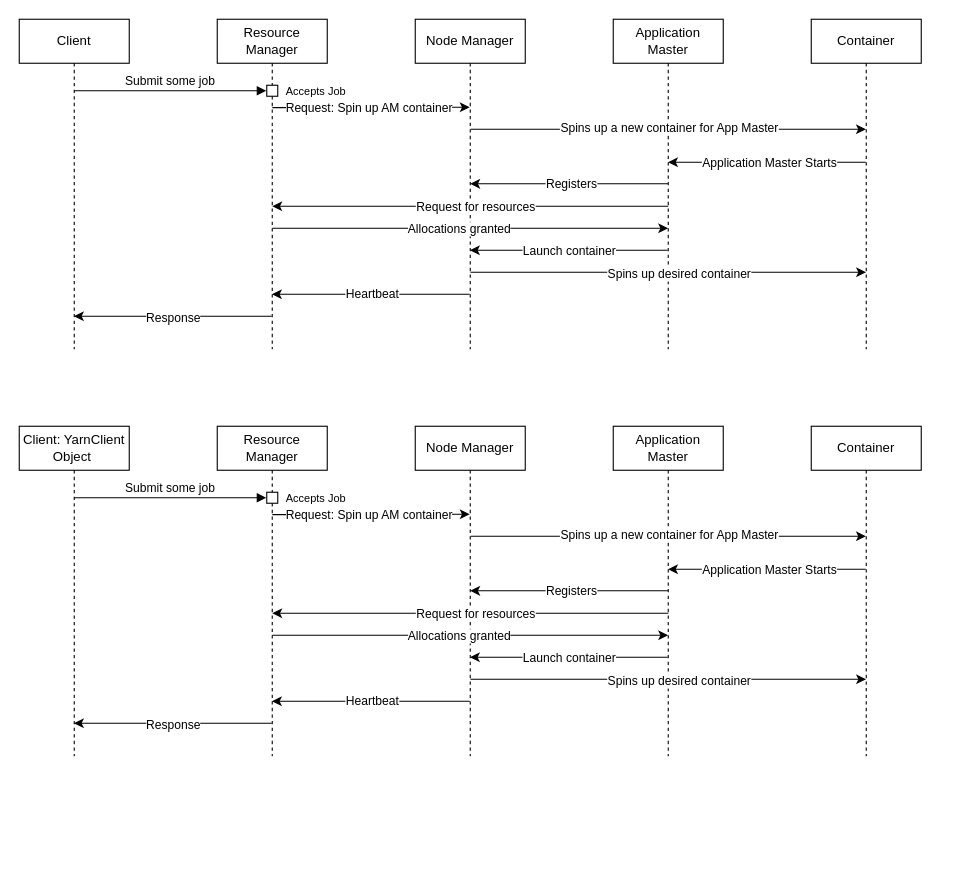
Above: YARNHighSequence.drawio in Amir-kar/EECS4314-GroupD (draw.io), before the change. Source tidied: cells renumbered, new cells numbered last; positions are measured from the earlier drawing's top-left corner, leaving out a move shared by most shapes. Both pictures are drawn from the tidied source at 110%, with x=0, y=0 at pixel (19, 19).
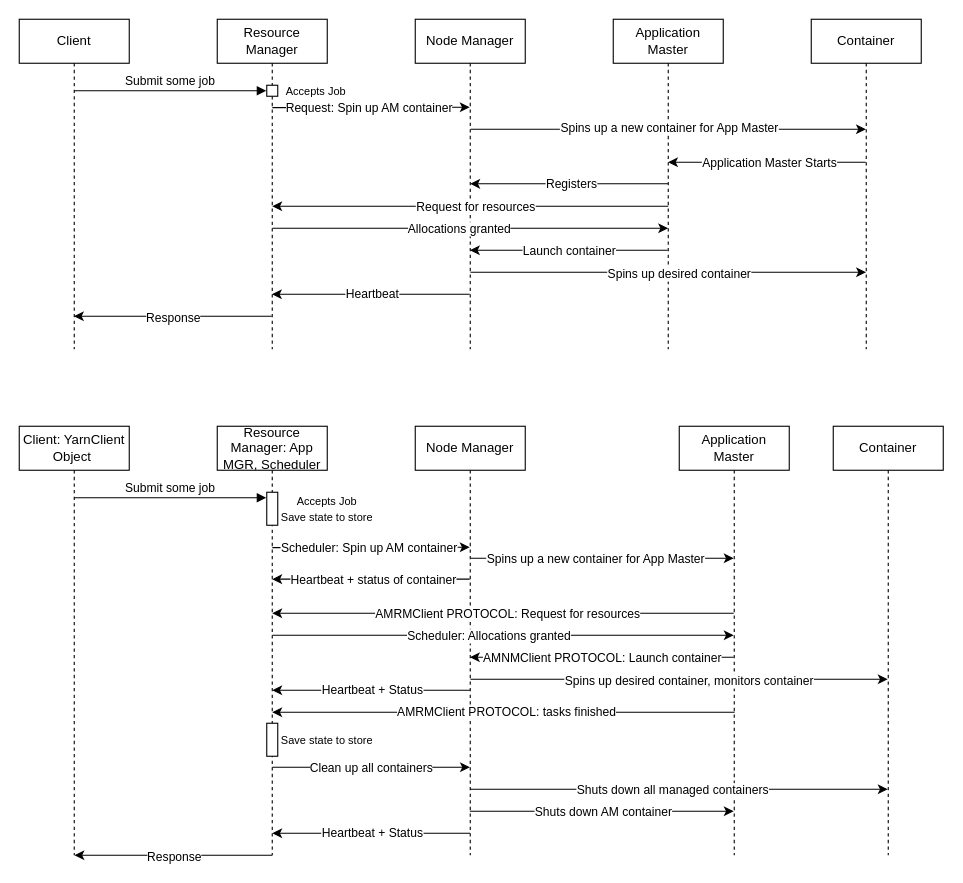
Above is the later version.

Commit message:
Final Flow diagram

The edit, as a diff of the source:
```diff
@@
     <mxCell id="30" value="Client: YarnClient Object&amp;nbsp;" style="shape=umlLifeline;perimeter=lifelinePerimeter;whiteSpace=wrap;html=1;newEdgeStyle={&quot;edgeStyle&quot;:&quot;elbowEdgeStyle&quot;,&quot;elbow&quot;:&quot;vertical&quot;,&quot;curved&quot;:0,&quot;rounded&quot;:0};" parent="1" vertex="1">
-      <mxGeometry y="370" width="100" height="300" as="geometry" />
+      <mxGeometry y="370" width="100" height="390" as="geometry" />
     </mxCell>
     <mxCell id="31" style="edgeStyle=elbowEdgeStyle;rounded=0;orthogonalLoop=1;jettySize=auto;html=1;elbow=vertical;curved=0;" parent="1" edge="1">
       <mxGeometry relative="1" as="geometry">
-        <mxPoint x="230.1" y="450.3" as="sourcePoint" />
-        <mxPoint x="409.5" y="450.3" as="targetPoint" />
+        <mxPoint x="230.1" y="480.3" as="sourcePoint" />
+        <mxPoint x="409.5" y="480.3" as="targetPoint" />
       </mxGeometry>
     </mxCell>
-    <mxCell id="32" value="Request: Spin up AM container" style="edgeLabel;html=1;align=center;verticalAlign=middle;" parent="31" vertex="1">
+    <mxCell id="32" value="Scheduler: Spin up AM container" style="edgeLabel;html=1;align=center;verticalAlign=middle;" parent="31" vertex="1">
       <mxGeometry x="-0.02" y="3" relative="1" as="geometry">
         <mxPoint y="3" as="offset" />
       </mxGeometry>
     </mxCell>
-    <mxCell id="33" value="Resource Manager" style="shape=umlLifeline;perimeter=lifelinePerimeter;whiteSpace=wrap;html=1;newEdgeStyle={&quot;edgeStyle&quot;:&quot;elbowEdgeStyle&quot;,&quot;elbow&quot;:&quot;vertical&quot;,&quot;curved&quot;:0,&quot;rounded&quot;:0};" parent="1" vertex="1">
-      <mxGeometry x="180" y="370" width="100" height="300" as="geometry" />
+    <mxCell id="33" value="Resource Manager: App MGR, Scheduler" style="shape=umlLifeline;perimeter=lifelinePerimeter;whiteSpace=wrap;html=1;newEdgeStyle={&quot;edgeStyle&quot;:&quot;elbowEdgeStyle&quot;,&quot;elbow&quot;:&quot;vertical&quot;,&quot;curved&quot;:0,&quot;rounded&quot;:0};" parent="1" vertex="1">
+      <mxGeometry x="180" y="370" width="100" height="390" as="geometry" />
     </mxCell>
     <mxCell id="34" style="html=1;perimeter=orthogonalPerimeter;targetShapes=umlLifeline;newEdgeStyle={&quot;edgeStyle&quot;:&quot;elbowEdgeStyle&quot;,&quot;elbow&quot;:&quot;vertical&quot;,&quot;curved&quot;:0,&quot;rounded&quot;:0};" parent="33" vertex="1">
-      <mxGeometry x="45" y="60" width="10" height="10" as="geometry" />
+      <mxGeometry x="45" y="60" width="10" height="30" as="geometry" />
     </mxCell>
+    <mxCell id="58" style="html=1;perimeter=orthogonalPerimeter;targetShapes=umlLifeline;newEdgeStyle={&quot;edgeStyle&quot;:&quot;elbowEdgeStyle&quot;,&quot;elbow&quot;:&quot;vertical&quot;,&quot;curved&quot;:0,&quot;rounded&quot;:0};" parent="33" vertex="1">
+      <mxGeometry x="45" y="270" width="10" height="30" as="geometry" />
+    </mxCell>
     <mxCell id="35" value="Node Manager" style="shape=umlLifeline;perimeter=lifelinePerimeter;whiteSpace=wrap;html=1;outlineConnect=0;portConstraint=eastwest;newEdgeStyle={&quot;edgeStyle&quot;:&quot;elbowEdgeStyle&quot;,&quot;elbow&quot;:&quot;vertical&quot;,&quot;curved&quot;:0,&quot;rounded&quot;:0};" parent="1" vertex="1">
-      <mxGeometry x="360" y="370" width="100" height="300" as="geometry" />
+      <mxGeometry x="360" y="370" width="100" height="390" as="geometry" />
     </mxCell>
     <mxCell id="36" value="Application Master" style="shape=umlLifeline;perimeter=lifelinePerimeter;whiteSpace=wrap;html=1;outlineConnect=0;portConstraint=eastwest;newEdgeStyle={&quot;edgeStyle&quot;:&quot;elbowEdgeStyle&quot;,&quot;elbow&quot;:&quot;vertical&quot;,&quot;curved&quot;:0,&quot;rounded&quot;:0};" parent="1" vertex="1">
-      <mxGeometry x="540" y="370" width="100" height="300" as="geometry" />
+      <mxGeometry x="600" y="370" width="100" height="390" as="geometry" />
     </mxCell>
     <mxCell id="37" value="Container" style="shape=umlLifeline;perimeter=lifelinePerimeter;whiteSpace=wrap;html=1;outlineConnect=0;portConstraint=eastwest;newEdgeStyle={&quot;edgeStyle&quot;:&quot;elbowEdgeStyle&quot;,&quot;elbow&quot;:&quot;vertical&quot;,&quot;curved&quot;:0,&quot;rounded&quot;:0};" parent="1" vertex="1">
-      <mxGeometry x="720" y="370" width="100" height="300" as="geometry" />
+      <mxGeometry x="740" y="370" width="100" height="390" as="geometry" />
     </mxCell>
-    <mxCell id="38" style="edgeStyle=elbowEdgeStyle;rounded=0;orthogonalLoop=1;jettySize=auto;html=1;elbow=vertical;curved=0;" parent="1" edge="1">
+    <mxCell id="38" style="edgeStyle=elbowEdgeStyle;rounded=0;jettySize=auto;html=1;elbow=vertical;curved=0;" parent="1" edge="1" target="36">
       <mxGeometry relative="1" as="geometry">
-        <mxPoint x="410.3" y="470" as="sourcePoint" />
-        <mxPoint x="769.7" y="470" as="targetPoint" />
+        <mxPoint x="410.3" y="490" as="sourcePoint" />
       </mxGeometry>
     </mxCell>
     <mxCell id="39" value="Spins up a new container for App Master" style="edgeLabel;html=1;align=center;verticalAlign=middle;" parent="38" vertex="1">
       <mxGeometry x="-0.12" y="2" relative="1" as="geometry">
-        <mxPoint x="22" as="offset" />
+        <mxPoint x="8" y="2" as="offset" />
       </mxGeometry>
     </mxCell>
@@
-    <mxCell id="41" value="&lt;font style=&quot;font-size: 10px;&quot;&gt;Accepts Job&lt;/font&gt;" style="text;html=1;align=center;verticalAlign=middle;whiteSpace=wrap;rounded=0;" parent="1" vertex="1">
-      <mxGeometry x="240" y="420" width="60" height="30" as="geometry" />
+    <mxCell id="41" value="&lt;font style=&quot;font-size: 10px;&quot;&gt;Accepts Job&lt;/font&gt;&lt;div&gt;&lt;font style=&quot;font-size: 10px;&quot;&gt;Save state to store&lt;/font&gt;&lt;/div&gt;" style="text;html=1;align=center;verticalAlign=middle;whiteSpace=wrap;rounded=0;" parent="1" vertex="1">
+      <mxGeometry x="230" y="430" width="100" height="30" as="geometry" />
     </mxCell>
-    <mxCell id="42" style="endArrow=classic;html=1;rounded=0;" parent="1" edge="1">
-      <mxGeometry relative="1" as="geometry">
-        <mxPoint x="769.5" y="500" as="sourcePoint" />
-        <mxPoint x="589.8" y="500" as="targetPoint" />
-      </mxGeometry>
-    </mxCell>
-    <mxCell id="43" value="Application Master Starts" style="edgeLabel;html=1;align=center;verticalAlign=middle;" parent="42" vertex="1">
-      <mxGeometry x="-0.02" relative="1" as="geometry" />
-    </mxCell>
-    <mxCell id="44" style="endArrow=classic;html=1;rounded=0;" parent="1" edge="1">
+    <mxCell id="44" style="endArrow=classic;html=1;rounded=0;" parent="1" edge="1" source="36">
       <mxGeometry relative="1" as="geometry">
-        <mxPoint x="590" y="540" as="sourcePoint" />
         <mxPoint x="230" y="540" as="targetPoint" />
         <Array as="points">
           <mxPoint x="500.3" y="540" />
         </Array>
       </mxGeometry>
     </mxCell>
-    <mxCell id="45" value="Request for resources" style="edgeLabel;html=1;align=center;verticalAlign=middle;" parent="44" vertex="1">
+    <mxCell id="45" value="AMRMClient PROTOCOL: Request for resources" style="edgeLabel;html=1;align=center;verticalAlign=middle;" parent="44" vertex="1">
       <mxGeometry x="-0.02" relative="1" as="geometry" />
     </mxCell>
-    <mxCell id="46" style="endArrow=classic;html=1;rounded=0;" parent="1" edge="1">
+    <mxCell id="46" style="endArrow=classic;html=1;rounded=0;" parent="1" edge="1" source="35">
       <mxGeometry relative="1" as="geometry">
-        <mxPoint x="589.7" y="519.6" as="sourcePoint" />
-        <mxPoint x="410" y="519.6" as="targetPoint" />
+        <mxPoint x="230" y="509" as="targetPoint" />
       </mxGeometry>
     </mxCell>
-    <mxCell id="47" value="Registers" style="edgeLabel;html=1;align=center;verticalAlign=middle;" parent="46" vertex="1">
+    <mxCell id="47" value="Heartbeat + status of container" style="edgeLabel;html=1;align=center;verticalAlign=middle;" parent="46" vertex="1">
       <mxGeometry x="-0.02" relative="1" as="geometry" />
     </mxCell>
-    <mxCell id="48" style="endArrow=classic;html=1;rounded=0;" parent="1" edge="1">
+    <mxCell id="48" style="endArrow=classic;html=1;rounded=0;" parent="1" edge="1" target="36">
       <mxGeometry relative="1" as="geometry">
         <mxPoint x="230.1" y="560" as="sourcePoint" />
-        <mxPoint x="589.9" y="560" as="targetPoint" />
       </mxGeometry>
     </mxCell>
-    <mxCell id="49" value="Allocations granted" style="edgeLabel;html=1;align=center;verticalAlign=middle;" parent="48" vertex="1">
+    <mxCell id="49" value="Scheduler: Allocations granted" style="edgeLabel;html=1;align=center;verticalAlign=middle;" parent="48" vertex="1">
       <mxGeometry x="-0.12" y="-3" relative="1" as="geometry">
         <mxPoint x="11" y="-3" as="offset" />
       </mxGeometry>
     </mxCell>
-    <mxCell id="50" style="endArrow=classic;html=1;rounded=0;" parent="1" edge="1">
+    <mxCell id="50" style="endArrow=classic;html=1;rounded=0;" parent="1" edge="1" target="37">
       <mxGeometry relative="1" as="geometry">
         <mxPoint x="410.2" y="600" as="sourcePoint" />
-        <mxPoint x="769.8" y="600" as="targetPoint" />
       </mxGeometry>
     </mxCell>
-    <mxCell id="51" value="Spins up desired container" style="edgeLabel;html=1;align=center;verticalAlign=middle;" parent="50" vertex="1">
+    <mxCell id="51" value="Spins up desired container, monitors container" style="edgeLabel;html=1;align=center;verticalAlign=middle;" parent="50" vertex="1">
       <mxGeometry x="-0.08" y="-1" relative="1" as="geometry">
         <mxPoint x="24" as="offset" />
       </mxGeometry>
     </mxCell>
-    <mxCell id="52" style="endArrow=classic;html=1;rounded=0;" parent="1" edge="1">
+    <mxCell id="52" style="endArrow=classic;html=1;rounded=0;" parent="1" edge="1" source="36">
       <mxGeometry relative="1" as="geometry">
-        <mxPoint x="589.5" y="580" as="sourcePoint" />
         <mxPoint x="409.7" y="580" as="targetPoint" />
       </mxGeometry>
     </mxCell>
-    <mxCell id="53" value="Launch container" style="edgeLabel;html=1;align=center;verticalAlign=middle;" parent="52" vertex="1">
+    <mxCell id="53" value="AMNMClient PROTOCOL: Launch container" style="edgeLabel;html=1;align=center;verticalAlign=middle;" parent="52" vertex="1">
       <mxGeometry relative="1" as="geometry" />
     </mxCell>
     <mxCell id="54" style="endArrow=classic;html=1;rounded=0;" parent="1" edge="1">
       <mxGeometry relative="1" as="geometry">
-        <mxPoint x="409.5" y="620" as="sourcePoint" />
-        <mxPoint x="229.7" y="620" as="targetPoint" />
+        <mxPoint x="409.8" y="610" as="sourcePoint" />
+        <mxPoint x="230" y="610" as="targetPoint" />
       </mxGeometry>
     </mxCell>
-    <mxCell id="55" value="Heartbeat" style="edgeLabel;html=1;align=center;verticalAlign=middle;" parent="54" vertex="1">
+    <mxCell id="55" value="Heartbeat + Status" style="edgeLabel;html=1;align=center;verticalAlign=middle;" parent="54" vertex="1">
       <mxGeometry x="-0.01" y="-1" relative="1" as="geometry" />
     </mxCell>
     <mxCell id="56" style="endArrow=classic;html=1;rounded=0;" parent="1" edge="1">
       <mxGeometry relative="1" as="geometry">
-        <mxPoint x="229.5" y="640" as="sourcePoint" />
-        <mxPoint x="49.7" y="640" as="targetPoint" />
+        <mxPoint x="230" y="760" as="sourcePoint" />
+        <mxPoint x="50.2" y="760" as="targetPoint" />
       </mxGeometry>
     </mxCell>
@@
+    <mxCell id="59" style="endArrow=classic;html=1;rounded=0;" parent="1" edge="1">
+      <mxGeometry relative="1" as="geometry">
+        <mxPoint x="650.3" y="630" as="sourcePoint" />
+        <mxPoint x="230" y="630" as="targetPoint" />
+      </mxGeometry>
+    </mxCell>
+    <mxCell id="60" value="AMRMClient PROTOCOL: tasks finished" style="edgeLabel;html=1;align=center;verticalAlign=middle;" parent="59" vertex="1">
+      <mxGeometry x="-0.01" y="-1" relative="1" as="geometry" />
+    </mxCell>
+    <mxCell id="61" value="&lt;div&gt;&lt;font style=&quot;font-size: 10px;&quot;&gt;Save state to store&lt;/font&gt;&lt;/div&gt;" style="text;html=1;align=center;verticalAlign=middle;whiteSpace=wrap;rounded=0;" parent="1" vertex="1">
+      <mxGeometry x="230" y="640" width="100" height="30" as="geometry" />
+    </mxCell>
+    <mxCell id="62" style="endArrow=classic;html=1;rounded=0;" parent="1" edge="1">
+      <mxGeometry relative="1" as="geometry">
+        <mxPoint x="230" y="680" as="sourcePoint" />
+        <mxPoint x="409.7" y="680" as="targetPoint" />
+      </mxGeometry>
+    </mxCell>
+    <mxCell id="63" value="Clean up all containers" style="edgeLabel;html=1;align=center;verticalAlign=middle;" parent="62" vertex="1">
+      <mxGeometry x="-0.01" relative="1" as="geometry" />
+    </mxCell>
+    <mxCell id="64" style="endArrow=classic;html=1;rounded=0;" parent="1" edge="1">
+      <mxGeometry relative="1" as="geometry">
+        <mxPoint x="409.8" y="700" as="sourcePoint" />
+        <mxPoint x="789.5" y="700" as="targetPoint" />
+      </mxGeometry>
+    </mxCell>
+    <mxCell id="65" value="Shuts down all managed containers" style="edgeLabel;html=1;align=center;verticalAlign=middle;" parent="64" vertex="1">
+      <mxGeometry x="-0.03" relative="1" as="geometry" />
+    </mxCell>
+    <mxCell id="66" style="endArrow=classic;html=1;rounded=0;" parent="1" edge="1">
+      <mxGeometry relative="1" as="geometry">
+        <mxPoint x="409.7" y="720" as="sourcePoint" />
+        <mxPoint x="649.5" y="720" as="targetPoint" />
+      </mxGeometry>
+    </mxCell>
+    <mxCell id="67" value="Shuts down AM container" style="edgeLabel;html=1;align=center;verticalAlign=middle;" parent="66" vertex="1">
+      <mxGeometry x="-0.07" y="2" relative="1" as="geometry">
+        <mxPoint x="9" y="2" as="offset" />
+      </mxGeometry>
+    </mxCell>
+    <mxCell id="68" style="endArrow=classic;html=1;rounded=0;" parent="1" edge="1">
+      <mxGeometry relative="1" as="geometry">
+        <mxPoint x="409.8" y="740" as="sourcePoint" />
+        <mxPoint x="230" y="740" as="targetPoint" />
+      </mxGeometry>
+    </mxCell>
+    <mxCell id="69" value="Heartbeat + Status" style="edgeLabel;html=1;align=center;verticalAlign=middle;" parent="68" vertex="1">
+      <mxGeometry x="-0.01" y="-1" relative="1" as="geometry" />
+    </mxCell>
```
